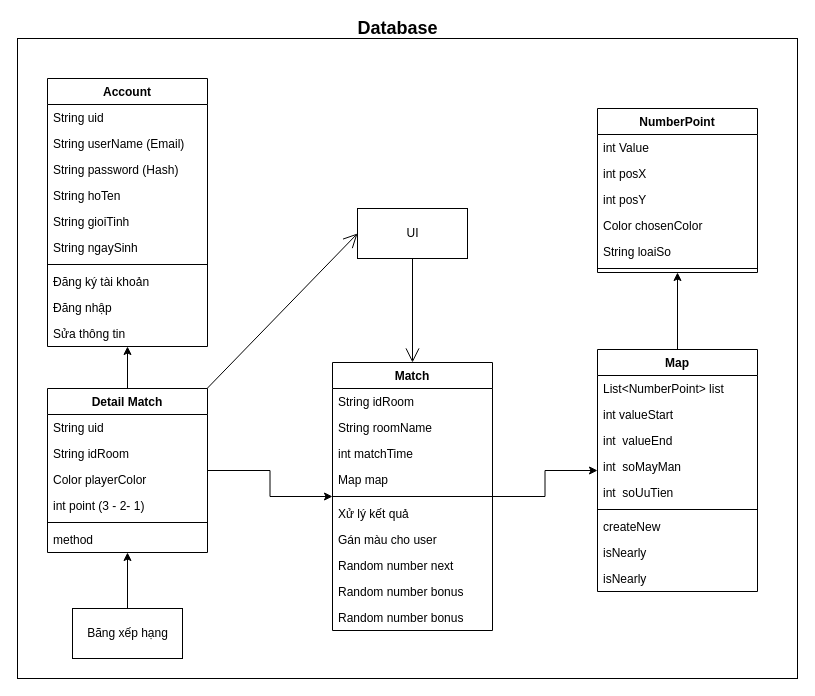
This is page "Class" (3 of 3) of NUMBER_FINDING_GAME/Document/NumberFinding.drawio from TccKaiCi/NUMBER_FINDING_GAME, a draw.io file, before an edit. Source tidied: cells renumbered, new cells numbered last; positions are measured from the earlier drawing's top-left corner, leaving out a move shared by most shapes. Both pictures are drawn from the tidied source at 100%, with x=0, y=0 at pixel (17, 18).
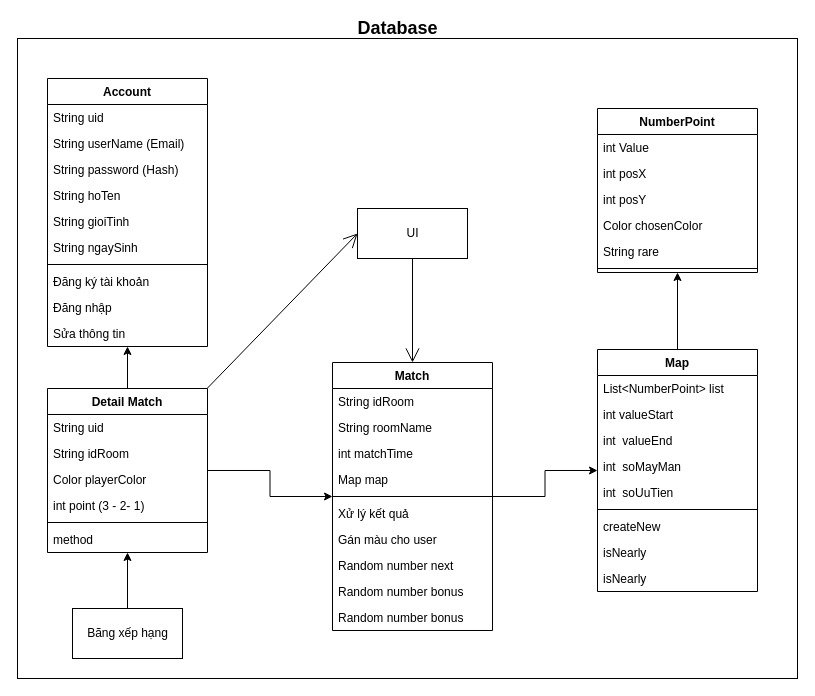
After the change.

Unchanged cells that the change refers to:
```xml
<mxCell id="14" value="NumberPoint" style="swimlane;fontStyle=1;align=center;verticalAlign=top;horizontal=1;startSize=26;" parent="1" vertex="1">
  <mxGeometry x="580" y="90" width="160" height="164" as="geometry" />
</mxCell>
```

The edit, as a diff of the source:
```diff
@@
-    <mxCell id="19" value="String loaiSo" style="text;strokeColor=none;fillColor=none;align=left;verticalAlign=top;spacingLeft=4;spacingRight=4;overflow=hidden;" parent="14" vertex="1">
+    <mxCell id="19" value="String rare" style="text;strokeColor=none;fillColor=none;align=left;verticalAlign=top;spacingLeft=4;spacingRight=4;overflow=hidden;" parent="14" vertex="1">
       <mxGeometry y="130" width="160" height="26" as="geometry" />
     </mxCell>
```
